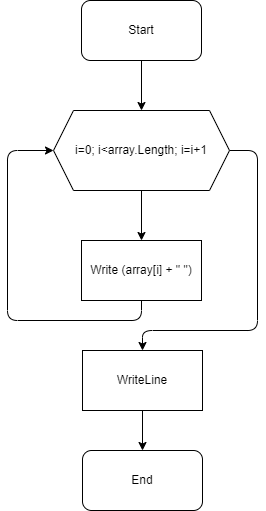
Above: 3.ShowArray.drawio.png in wdlts/EXAMINATION_CSHARP (draw.io), before the change. Source tidied: cells renumbered, new cells last; positions are measured from the earlier drawing's top-left corner, leaving out a move shared by most shapes.
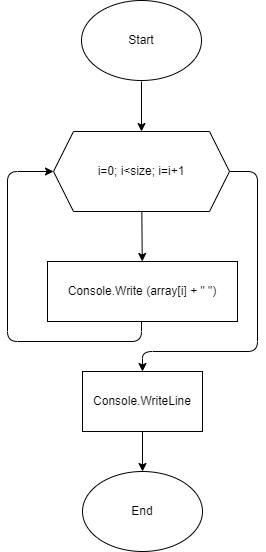
The same file after the commit.

The edit, as a diff of the source:
```diff
@@ -2,12 +2,11 @@
   <root>
     <mxCell id="0" />
     <mxCell id="1" parent="0" />
-    <mxCell id="2" style="edgeStyle=none;html=1;" parent="1" edge="1" source="3" target="6">
-      <mxGeometry relative="1" as="geometry" />
+    <mxCell id="2" style="edgeStyle=none;html=1;" parent="1" edge="1" target="6">
+      <mxGeometry relative="1" as="geometry">
+        <mxPoint x="134" y="60" as="sourcePoint" />
+      </mxGeometry>
     </mxCell>
-    <mxCell id="3" value="Start" style="rounded=1;whiteSpace=wrap;html=1;" parent="1" vertex="1">
-      <mxGeometry x="74" width="120" height="60" as="geometry" />
-    </mxCell>
     <mxCell id="4" style="edgeStyle=none;html=1;" parent="1" edge="1" source="6" target="8">
       <mxGeometry relative="1" as="geometry" />
     </mxCell>
@@ -20,7 +19,7 @@
         </Array>
       </mxGeometry>
     </mxCell>
-    <mxCell id="6" value="&lt;span&gt;i=0; i&amp;lt;array.Length; i=i&lt;/span&gt;&lt;span&gt;+1&lt;/span&gt;" style="shape=hexagon;perimeter=hexagonPerimeter2;whiteSpace=wrap;html=1;fixedSize=1;" parent="1" vertex="1">
+    <mxCell id="6" value="&lt;span&gt;i=0; i&amp;lt;size; i=i&lt;/span&gt;&lt;span&gt;+1&lt;/span&gt;" style="shape=hexagon;perimeter=hexagonPerimeter2;whiteSpace=wrap;html=1;fixedSize=1;" parent="1" vertex="1">
       <mxGeometry x="46" y="110" width="176" height="80" as="geometry" />
     </mxCell>
     <mxCell id="7" style="edgeStyle=orthogonalEdgeStyle;html=1;entryX=0;entryY=0.5;entryDx=0;entryDy=0;" parent="1" edge="1" source="8" target="6">
@@ -32,17 +31,22 @@
         </Array>
       </mxGeometry>
     </mxCell>
-    <mxCell id="8" value="Write (array[i] + &quot; &quot;)" style="rounded=0;whiteSpace=wrap;html=1;" parent="1" vertex="1">
-      <mxGeometry x="74" y="240" width="120" height="60" as="geometry" />
+    <mxCell id="8" value="Console.Write (array[i] + &quot; &quot;)" style="rounded=0;whiteSpace=wrap;html=1;" parent="1" vertex="1">
+      <mxGeometry x="40" y="240" width="190" height="60" as="geometry" />
     </mxCell>
-    <mxCell id="9" style="edgeStyle=orthogonalEdgeStyle;html=1;" parent="1" edge="1" source="10" target="11">
-      <mxGeometry relative="1" as="geometry" />
+    <mxCell id="9" style="edgeStyle=orthogonalEdgeStyle;html=1;" parent="1" edge="1" source="10">
+      <mxGeometry relative="1" as="geometry">
+        <mxPoint x="135" y="450" as="targetPoint" />
+      </mxGeometry>
     </mxCell>
-    <mxCell id="10" value="WriteLine" style="whiteSpace=wrap;html=1;rounded=0;" parent="1" vertex="1">
+    <mxCell id="10" value="Console.WriteLine" style="whiteSpace=wrap;html=1;rounded=0;" parent="1" vertex="1">
       <mxGeometry x="75" y="350" width="120" height="60" as="geometry" />
     </mxCell>
+    <mxCell id="3" value="&lt;span&gt;Start&lt;/span&gt;" style="ellipse;whiteSpace=wrap;html=1;" parent="1" vertex="1">
+      <mxGeometry x="74" y="-21" width="120" height="80" as="geometry" />
+    </mxCell>
-    <mxCell id="11" value="End" style="rounded=1;whiteSpace=wrap;html=1;" parent="1" vertex="1">
-      <mxGeometry x="75" y="450" width="120" height="60" as="geometry" />
+    <mxCell id="11" value="End" style="ellipse;whiteSpace=wrap;html=1;" parent="1" vertex="1">
+      <mxGeometry x="75" y="450" width="120" height="80" as="geometry" />
     </mxCell>
   </root>
 </mxGraphModel>
```
